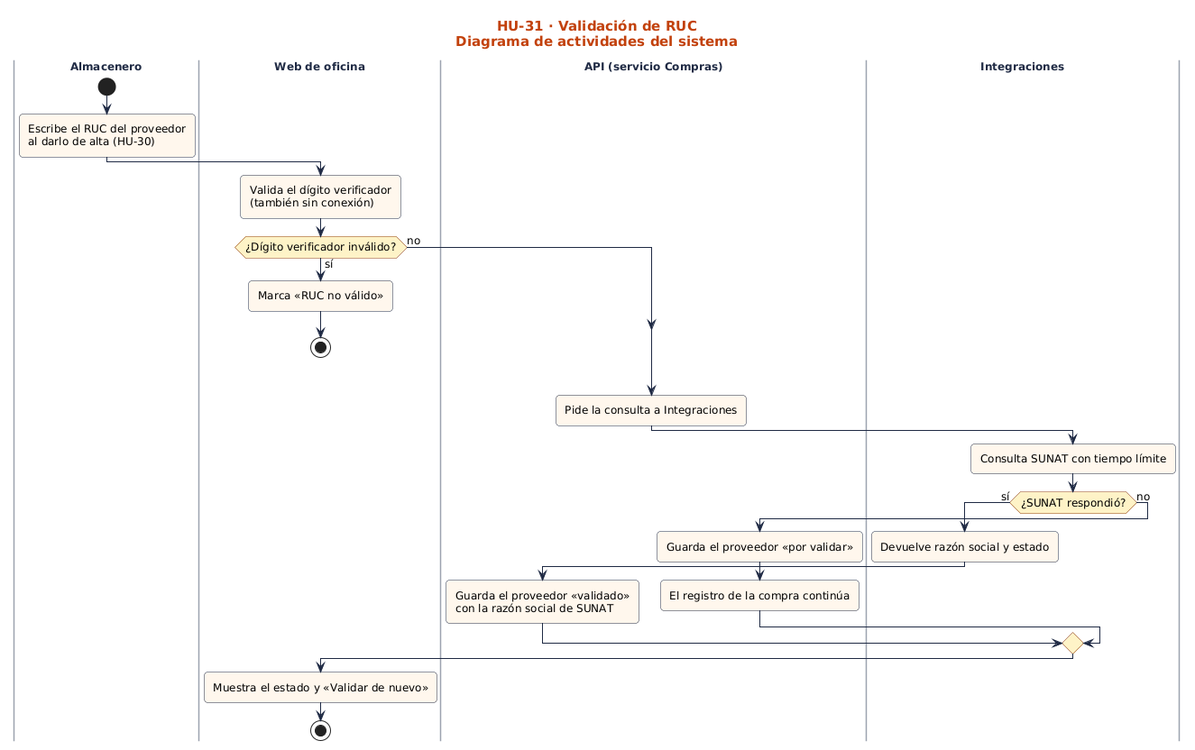
Before: docs/sprint-2/diagramas-hu/hu-31-validacion-de-ruc/actividades.png, a diagram exported from PlantUML (nandoestebanif/sevens-sigro). Its diagram source:
```plantuml
@startuml
!include ../../estilo.iuml
title HU-31 · Validación de RUC\nDiagrama de actividades del sistema
|Almacenero|
start
:Escribe el RUC del proveedor\nal darlo de alta (HU-30);
|Web de oficina|
:Valida el dígito verificador\n(también sin conexión);
if (¿Dígito verificador inválido?) then (sí)
  :Marca «RUC no válido»;
  stop
else (no)
endif
|API (servicio Compras)|
:Pide la consulta a Integraciones;
|Integraciones|
:Consulta SUNAT con tiempo límite;
if (¿SUNAT respondió?) then (sí)
  :Devuelve razón social y estado;
  |API (servicio Compras)|
  :Guarda el proveedor «validado»\ncon la razón social de SUNAT;
else (no)
  |API (servicio Compras)|
  :Guarda el proveedor «por validar»;
  :El registro de la compra continúa;
endif
|Web de oficina|
:Muestra el estado y «Validar de nuevo»;
stop
@enduml
```
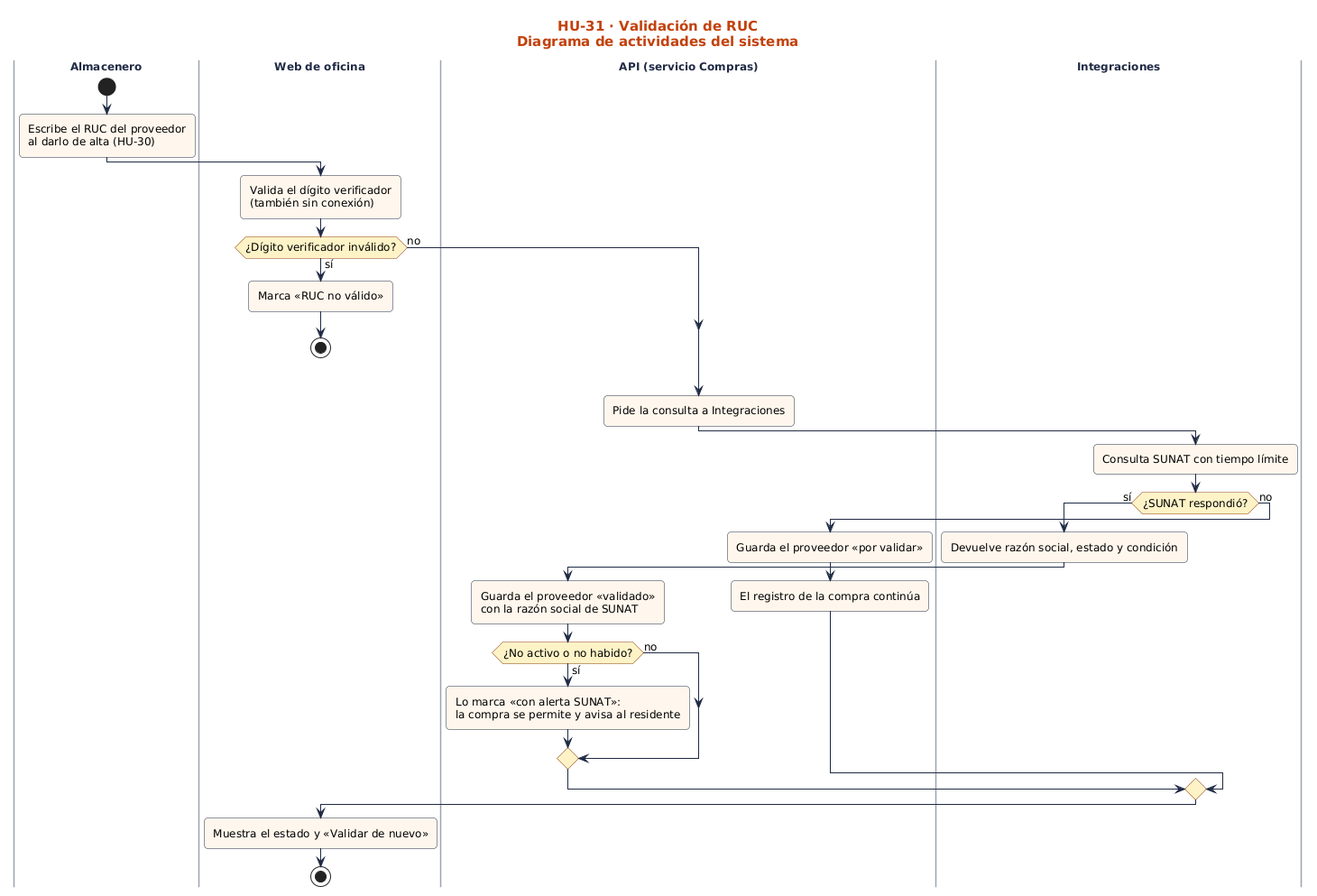
After the commit.

Diff of the diagram source:
```diff
@@ -16,9 +16,13 @@
 |Integraciones|
 :Consulta SUNAT con tiempo límite;
 if (¿SUNAT respondió?) then (sí)
-  :Devuelve razón social y estado;
+  :Devuelve razón social, estado y condición;
   |API (servicio Compras)|
   :Guarda el proveedor «validado»\ncon la razón social de SUNAT;
+  if (¿No activo o no habido?) then (sí)
+    :Lo marca «con alerta SUNAT»:\nla compra se permite y avisa al residente;
+  else (no)
+  endif
 else (no)
   |API (servicio Compras)|
   :Guarda el proveedor «por validar»;
```
